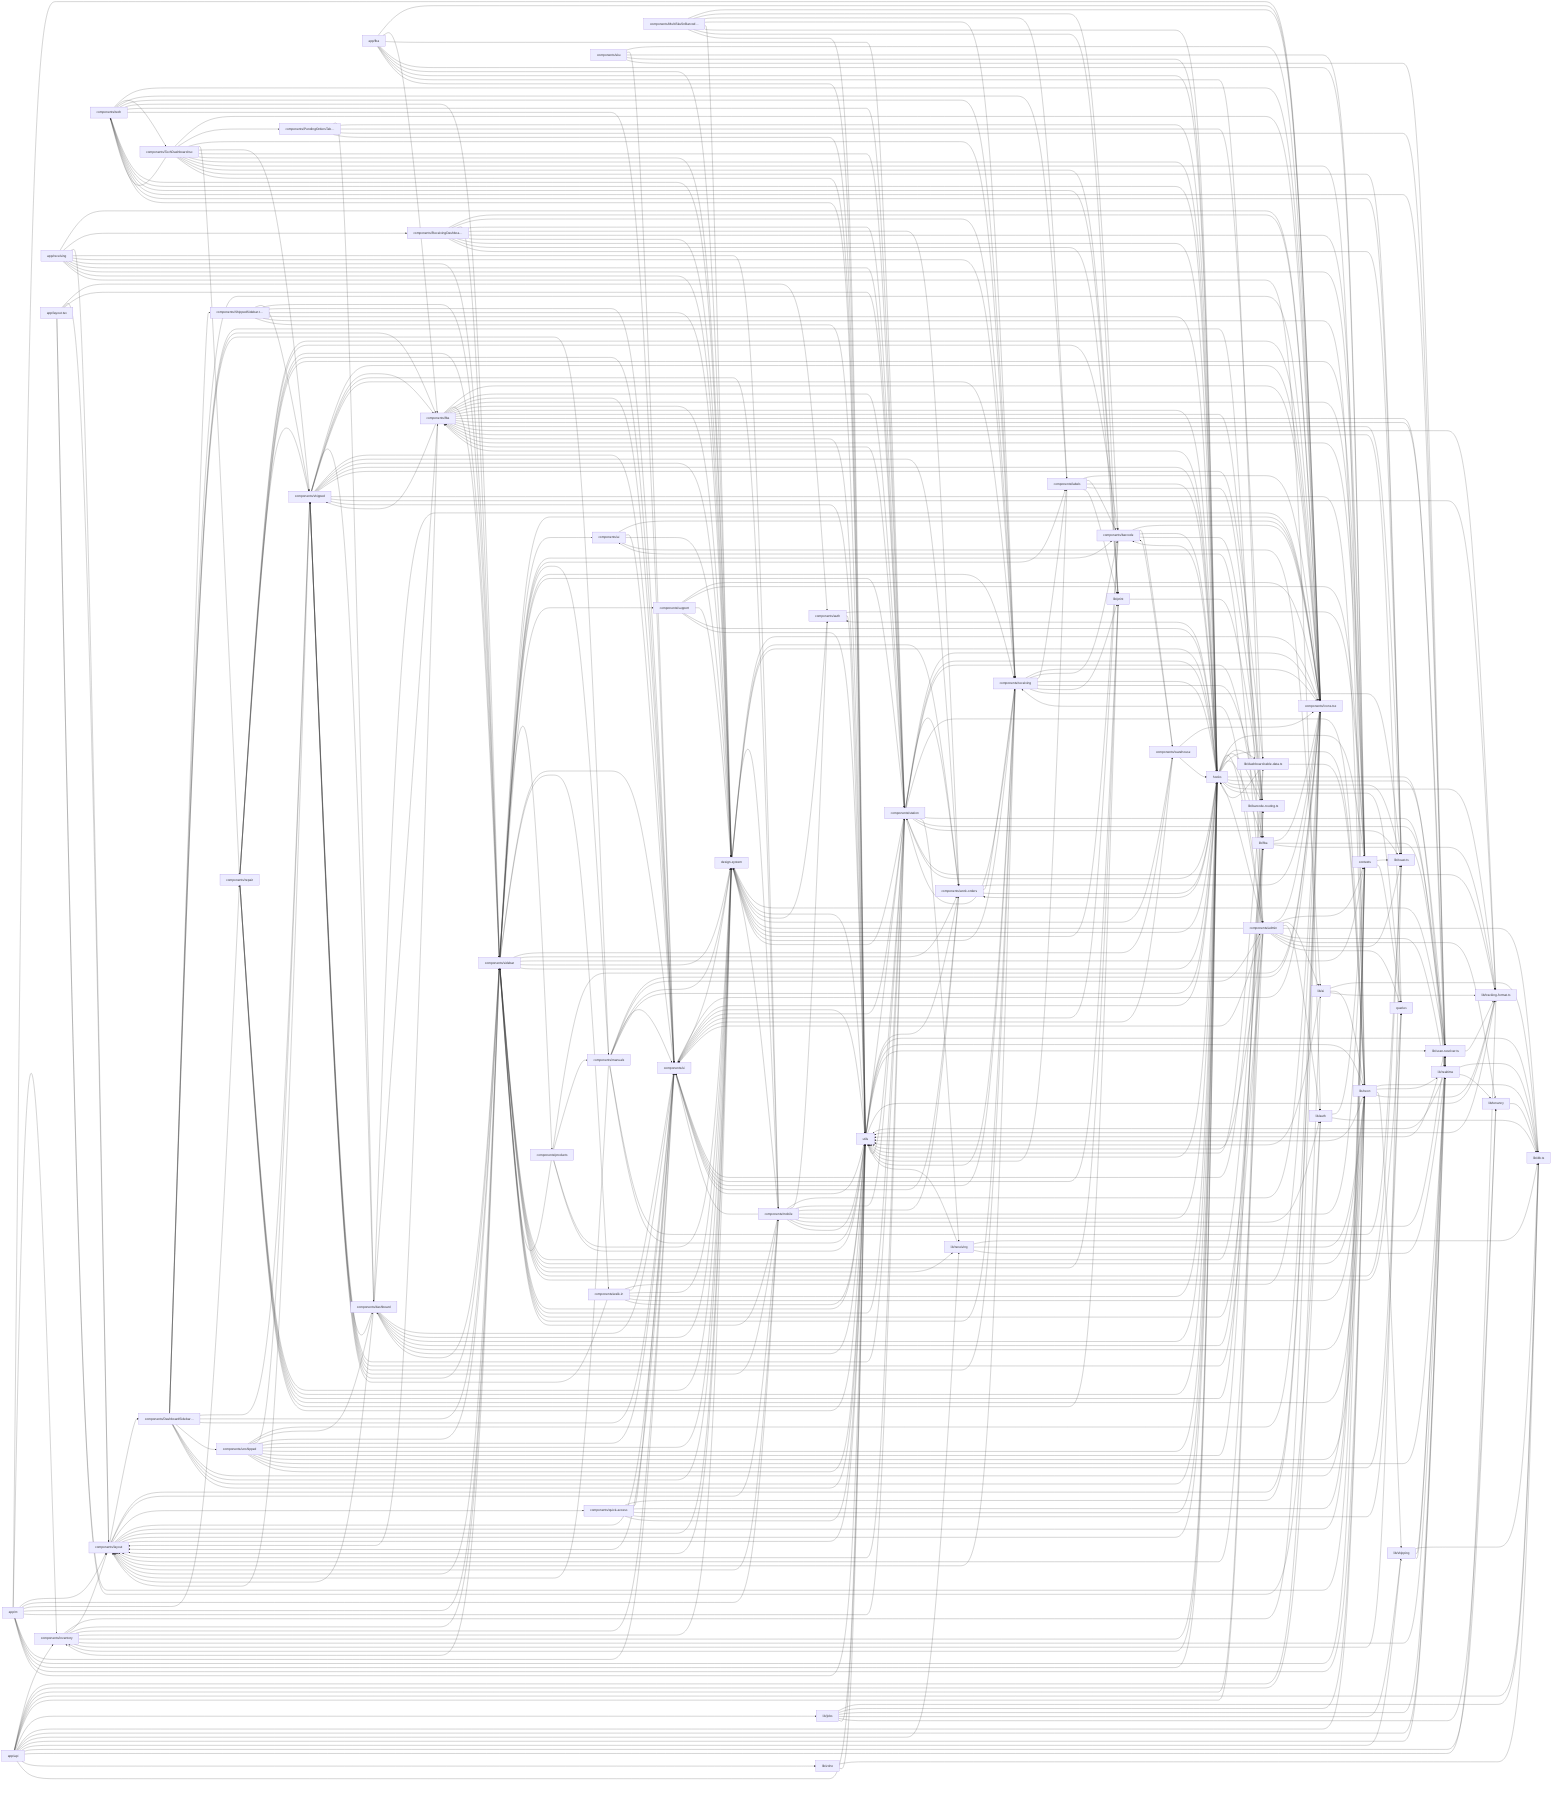
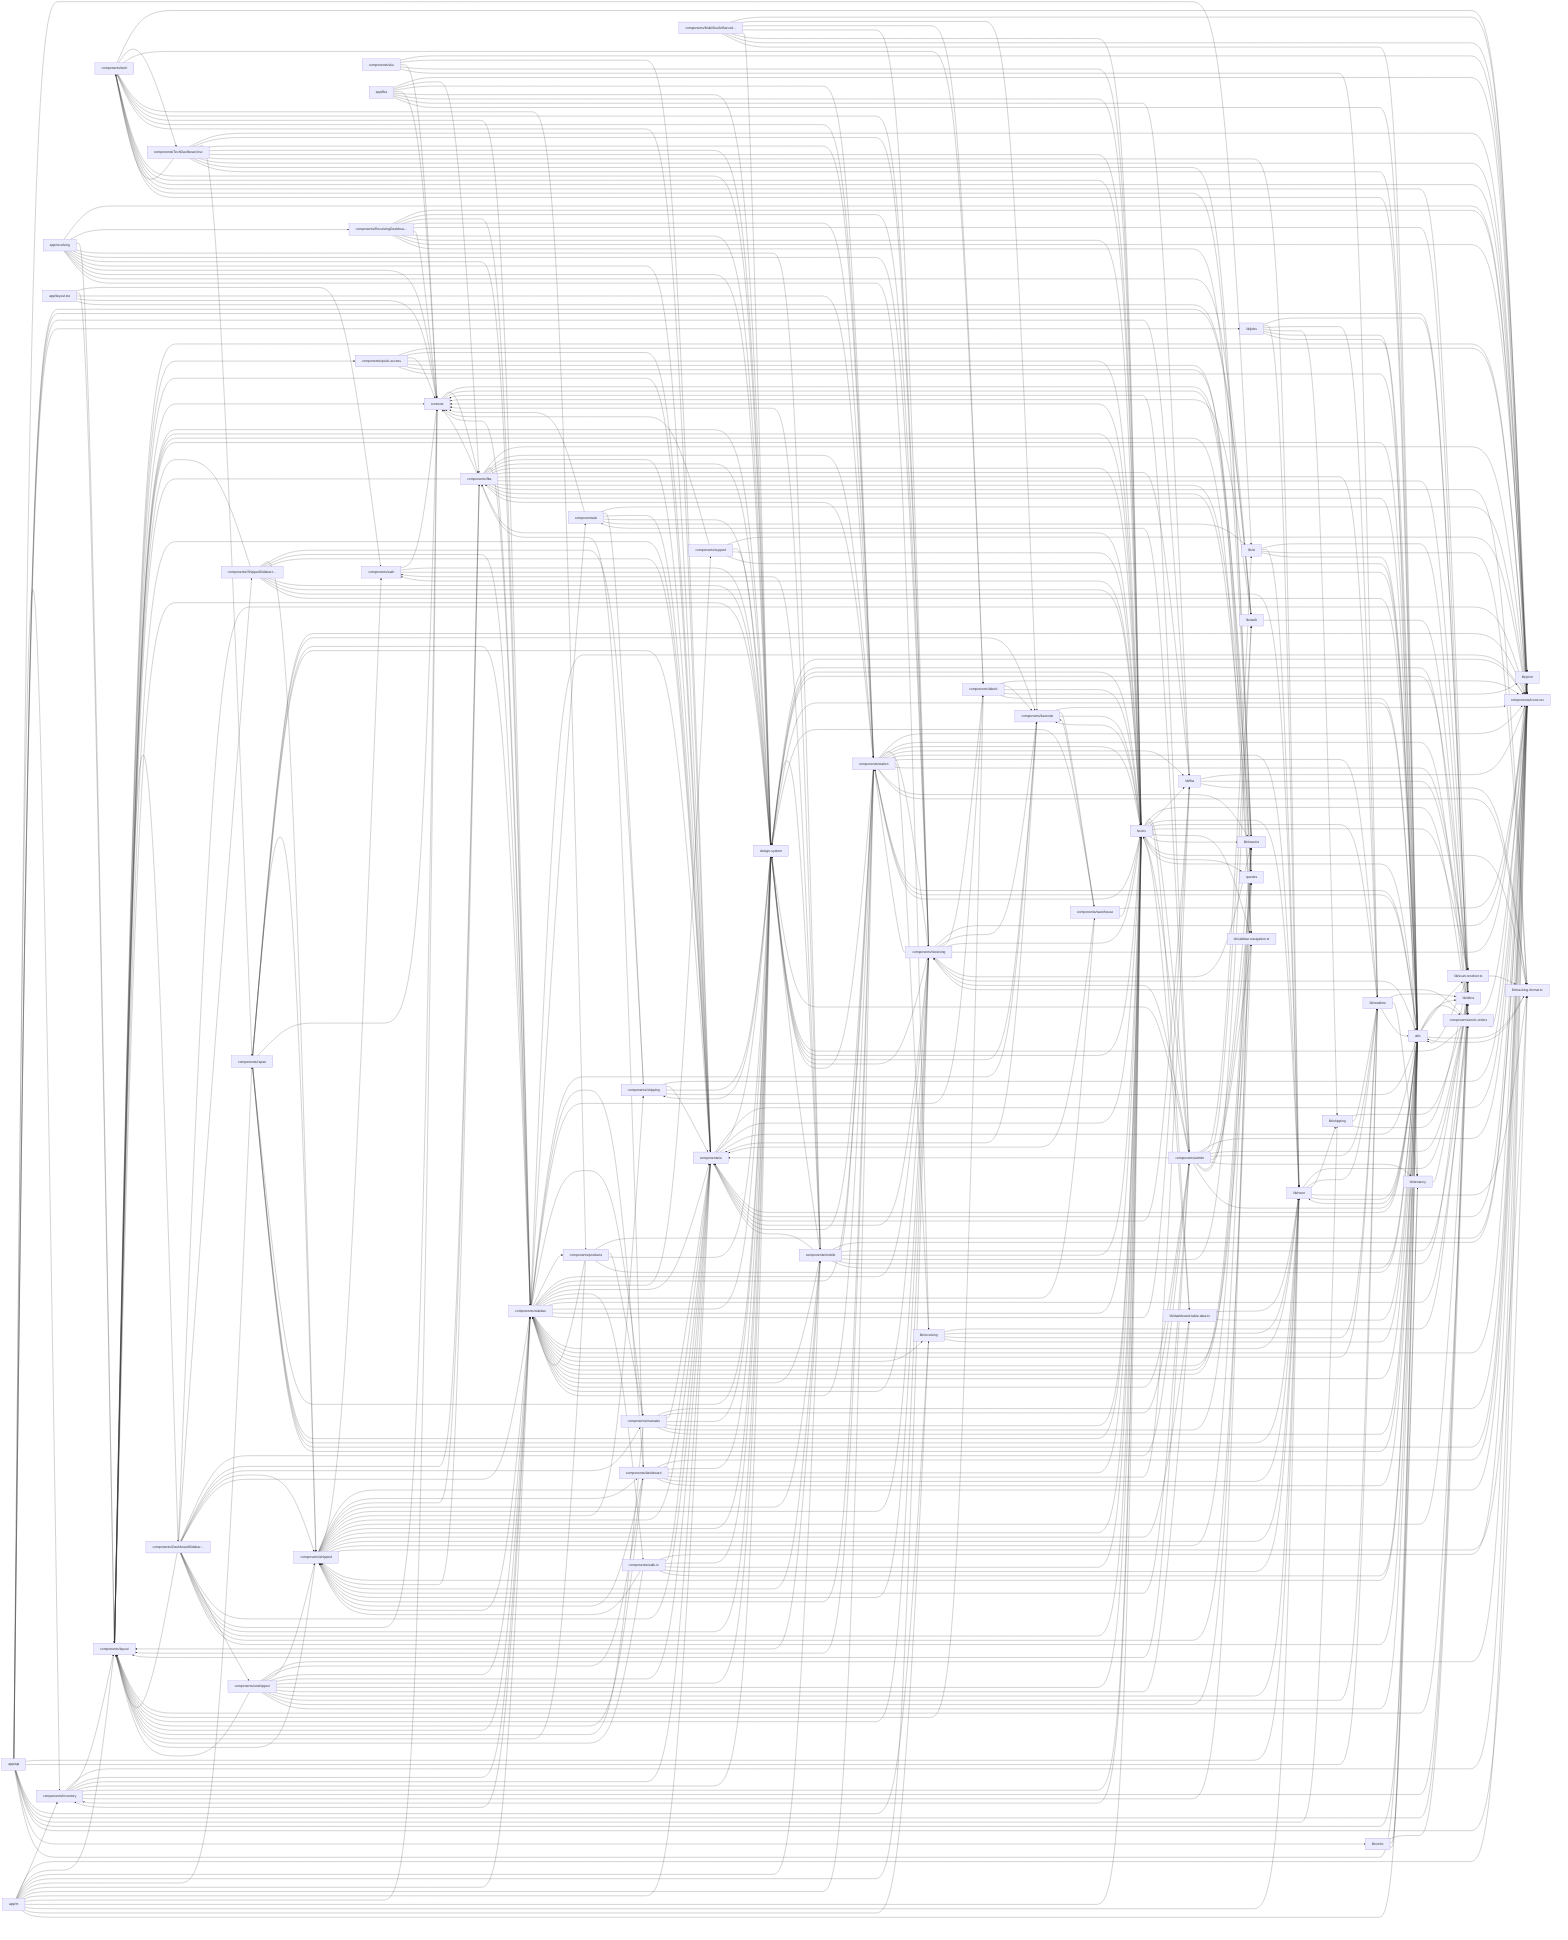
flowchart LR
  app_api["app/api"]
  click app_api "src/app/api/scan-tracking/route.ts" "Open src/app/api/scan-tracking/route.ts"
  hooks["hooks"]
  click hooks "src/hooks/_lifecycle.ts" "Open src/hooks/_lifecycle.ts"
  utils["utils"]
  click utils "src/utils/upnext-shared.ts" "Open src/utils/upnext-shared.ts"
  components_sidebar["components/sidebar"]
  click components_sidebar "src/components/sidebar/AiChatSidebarPanel.tsx" "Open src/components/sidebar/AiChatSidebarPanel.tsx"
+   design_system["design-system"]
+   click design_system "src/design-system/index.ts" "Open src/design-system/index.ts"
  components_Icons_tsx["components/Icons.tsx"]
  click components_Icons_tsx "src/components/Icons.tsx" "Open src/components/Icons.tsx"
-   design_system["design-system"]
-   click design_system "src/design-system/index.ts" "Open src/design-system/index.ts"
  components_ui["components/ui"]
  click components_ui "src/components/ui/DeleteButton.tsx" "Open src/components/ui/DeleteButton.tsx"
  lib_db_ts["lib/db.ts"]
  click lib_db_ts "src/lib/db.ts" "Open src/lib/db.ts"
+   components_layout["components/layout"]
+   click components_layout "src/components/layout/SidebarSection.tsx" "Open src/components/layout/SidebarSection.tsx"
  components_station["components/station"]
  click components_station "src/components/station/BarcodeScanner.tsx" "Open src/components/station/BarcodeScanner.tsx"
  components_shipped["components/shipped"]
-   click components_shipped "src/components/shipped/DateGroupHeader.tsx" "Open src/components/shipped/DateGroupHeader.tsx"
-   components_layout["components/layout"]
-   click components_layout "src/components/layout/GlobalHeader.tsx" "Open src/components/layout/GlobalHeader.tsx"
+   click components_shipped "src/components/shipped/PickupReportButton.tsx" "Open src/components/shipped/PickupReportButton.tsx"
  lib_neon["lib/neon"]
  click lib_neon "src/lib/neon/serial-units-queries.ts" "Open src/lib/neon/serial-units-queries.ts"
  contexts["contexts"]
  click contexts "src/contexts/HeaderContext.tsx" "Open src/contexts/HeaderContext.tsx"
  components_receiving["components/receiving"]
  click components_receiving "src/components/receiving/Mode2Unboxing.tsx" "Open src/components/receiving/Mode2Unboxing.tsx"
  components_admin["components/admin"]
  click components_admin "src/components/admin/SkuCatalogManagementTab.tsx" "Open src/components/admin/SkuCatalogManagementTab.tsx"
  components_mobile["components/mobile"]
  click components_mobile "src/components/mobile/ScanSurface.tsx" "Open src/components/mobile/ScanSurface.tsx"
  components_fba["components/fba"]
  click components_fba "src/components/fba/FbaShippedTable.tsx" "Open src/components/fba/FbaShippedTable.tsx"
  lib_realtime["lib/realtime"]
  click lib_realtime "src/lib/realtime/db-events.ts" "Open src/lib/realtime/db-events.ts"
  components_tech["components/tech"]
  click components_tech "src/components/tech/UpNextActionDock.tsx" "Open src/components/tech/UpNextActionDock.tsx"
  components_repair["components/repair"]
  click components_repair "src/components/repair/SignaturePad.tsx" "Open src/components/repair/SignaturePad.tsx"
+   components_DashboardSidebar_tsx["components/DashboardSidebar…"]
+   click components_DashboardSidebar_tsx "src/components/DashboardSidebar.tsx" "Open src/components/DashboardSidebar.tsx"
  lib_auth["lib/auth"]
  click lib_auth "src/lib/auth/permission-registry.ts" "Open src/lib/auth/permission-registry.ts"
-   components_TechDashboard_tsx["components/TechDashboard.tsx"]
-   click components_TechDashboard_tsx "src/components/TechDashboard.tsx" "Open src/components/TechDashboard.tsx"
+   components_work_orders["components/work-orders"]
+   click components_work_orders "src/components/work-orders/localPickupStore.ts" "Open src/components/work-orders/localPickupStore.ts"
  components_inventory["components/inventory"]
  click components_inventory "src/components/inventory/InventoryShell.tsx" "Open src/components/inventory/InventoryShell.tsx"
  lib_scan_resolver_ts["lib/scan-resolver.ts"]
  click lib_scan_resolver_ts "src/lib/scan-resolver.ts" "Open src/lib/scan-resolver.ts"
  lib_tracking_format_ts["lib/tracking-format.ts"]
  click lib_tracking_format_ts "src/lib/tracking-format.ts" "Open src/lib/tracking-format.ts"
-   components_DashboardSidebar_tsx["components/DashboardSidebar…"]
-   click components_DashboardSidebar_tsx "src/components/DashboardSidebar.tsx" "Open src/components/DashboardSidebar.tsx"
+   app_m["app/m"]
+   click app_m "src/app/m/layout.tsx" "Open src/app/m/layout.tsx"
+   components_unshipped["components/unshipped"]
+   click components_unshipped "src/components/unshipped/UnshippedTable.tsx" "Open src/components/unshipped/UnshippedTable.tsx"
  components_dashboard["components/dashboard"]
-   click components_dashboard "src/components/dashboard/StockZohoOrdersTable.tsx" "Open src/components/dashboard/StockZohoOrdersTable.tsx"
+   click components_dashboard "src/components/dashboard/DashboardShippedSearchHandoffCard.tsx" "Open src/components/dashboard/DashboardShippedSearchHandoffCard.tsx"
  components_barcode["components/barcode"]
  click components_barcode "src/components/barcode/SkuInput.tsx" "Open src/components/barcode/SkuInput.tsx"
-   components_unshipped["components/unshipped"]
-   click components_unshipped "src/components/unshipped/UnshippedTable.tsx" "Open src/components/unshipped/UnshippedTable.tsx"
-   components_work_orders["components/work-orders"]
-   click components_work_orders "src/components/work-orders/WorkOrderInfoStrip.tsx" "Open src/components/work-orders/WorkOrderInfoStrip.tsx"
+   lib_print["lib/print"]
+   click lib_print "src/lib/print/printLabel.ts" "Open src/lib/print/printLabel.ts"
+   components_TechDashboard_tsx["components/TechDashboard.tsx"]
+   click components_TechDashboard_tsx "src/components/TechDashboard.tsx" "Open src/components/TechDashboard.tsx"
+   lib_toast_ts["lib/toast.ts"]
+   click lib_toast_ts "src/lib/toast.ts" "Open src/lib/toast.ts"
  lib_jobs["lib/jobs"]
  click lib_jobs "src/lib/jobs/ebay-sync.ts" "Open src/lib/jobs/ebay-sync.ts"
-   app_m["app/m"]
-   click app_m "src/app/m/layout.tsx" "Open src/app/m/layout.tsx"
  components_manuals["components/manuals"]
  click components_manuals "src/components/manuals/ManualsLibrarySidebar.tsx" "Open src/components/manuals/ManualsLibrarySidebar.tsx"
-   lib_toast_ts["lib/toast.ts"]
-   click lib_toast_ts "src/lib/toast.ts" "Open src/lib/toast.ts"
+   app_receiving["app/receiving"]
+   click app_receiving "src/app/receiving/page.tsx" "Open src/app/receiving/page.tsx"
  components_ReceivingDashboard_tsx["components/ReceivingDashboa…"]
  click components_ReceivingDashboard_tsx "src/components/ReceivingDashboard.tsx" "Open src/components/ReceivingDashboard.tsx"
-   lib_print["lib/print"]
-   click lib_print "src/lib/print/printLabel.ts" "Open src/lib/print/printLabel.ts"
-   lib_fba["lib/fba"]
-   click lib_fba "src/lib/fba/board-item.ts" "Open src/lib/fba/board-item.ts"
-   app_receiving["app/receiving"]
-   click app_receiving "src/app/receiving/page.tsx" "Open src/app/receiving/page.tsx"
  components_labels["components/labels"]
  click components_labels "src/components/labels/ReceivingCartonLabel.tsx" "Open src/components/labels/ReceivingCartonLabel.tsx"
  components_walk_in["components/walk-in"]
-   click components_walk_in "src/components/walk-in/SalesDetailsPanel.tsx" "Open src/components/walk-in/SalesDetailsPanel.tsx"
+   click components_walk_in "src/components/walk-in/SalesEditPanel.tsx" "Open src/components/walk-in/SalesEditPanel.tsx"
  lib_tenancy["lib/tenancy"]
  click lib_tenancy "src/lib/tenancy/db.test.ts" "Open src/lib/tenancy/db.test.ts"
+   lib_fba["lib/fba"]
+   click lib_fba "src/lib/fba/board-item.ts" "Open src/lib/fba/board-item.ts"
+   lib_zoho["lib/zoho"]
+   click lib_zoho "src/lib/zoho/mock.ts" "Open src/lib/zoho/mock.ts"
+   lib_receiving["lib/receiving"]
+   click lib_receiving "src/lib/receiving/serial-attach.test.ts" "Open src/lib/receiving/serial-attach.test.ts"
+   components_ShippedSidebar_tsx["components/ShippedSidebar.t…"]
+   click components_ShippedSidebar_tsx "src/components/ShippedSidebar.tsx" "Open src/components/ShippedSidebar.tsx"
+   components_products["components/products"]
+   click components_products "src/components/products/types.ts" "Open src/components/products/types.ts"
+   components_ai["components/ai"]
+   click components_ai "src/components/ai/AiChatConversation.tsx" "Open src/components/ai/AiChatConversation.tsx"
  components_warehouse["components/warehouse"]
  click components_warehouse "src/components/warehouse/roomFinderContext.tsx" "Open src/components/warehouse/roomFinderContext.tsx"
+   lib_sidebar_navigation_ts["lib/sidebar-navigation.ts"]
+   click lib_sidebar_navigation_ts "src/lib/sidebar-navigation.ts" "Open src/lib/sidebar-navigation.ts"
  app_layout_tsx["app/layout.tsx"]
  click app_layout_tsx "src/app/layout.tsx" "Open src/app/layout.tsx"
-   components_ShippedSidebar_tsx["components/ShippedSidebar.t…"]
-   click components_ShippedSidebar_tsx "src/components/ShippedSidebar.tsx" "Open src/components/ShippedSidebar.tsx"
+   components_auth["components/auth"]
+   click components_auth "src/components/auth/StepUpModal.tsx" "Open src/components/auth/StepUpModal.tsx"
  components_quick_access["components/quick-access"]
  click components_quick_access "src/components/quick-access/RecentSection.tsx" "Open src/components/quick-access/RecentSection.tsx"
  components_support["components/support"]
  click components_support "src/components/support/zendesk/badges.ts" "Open src/components/support/zendesk/badges.ts"
  components_sku["components/sku"]
  click components_sku "src/components/sku/BinRowDetailsSheet.tsx" "Open src/components/sku/BinRowDetailsSheet.tsx"
+   lib_dashboard_table_data_ts["lib/dashboard-table-data.ts"]
+   click lib_dashboard_table_data_ts "src/lib/dashboard-table-data.ts" "Open src/lib/dashboard-table-data.ts"
  lib_shipping["lib/shipping"]
  click lib_shipping "src/lib/shipping/repository.ts" "Open src/lib/shipping/repository.ts"
  lib_ai["lib/ai"]
  click lib_ai "src/lib/ai/date-range.test.ts" "Open src/lib/ai/date-range.test.ts"
-   lib_receiving["lib/receiving"]
-   click lib_receiving "src/lib/receiving/serial-attach.test.ts" "Open src/lib/receiving/serial-attach.test.ts"
  app_fba["app/fba"]
  click app_fba "src/app/fba/page.tsx" "Open src/app/fba/page.tsx"
  queries["queries"]
  click queries "src/queries/keys.ts" "Open src/queries/keys.ts"
  components_MultiSkuSnBarcode_tsx["components/MultiSkuSnBarcod…"]
  click components_MultiSkuSnBarcode_tsx "src/components/MultiSkuSnBarcode.tsx" "Open src/components/MultiSkuSnBarcode.tsx"
-   components_PendingOrdersTable_tsx["components/PendingOrdersTab…"]
-   click components_PendingOrdersTable_tsx "src/components/PendingOrdersTable.tsx" "Open src/components/PendingOrdersTable.tsx"
-   components_products["components/products"]
-   click components_products "src/components/products/types.ts" "Open src/components/products/types.ts"
-   components_auth["components/auth"]
-   click components_auth "src/components/auth/StepUpModal.tsx" "Open src/components/auth/StepUpModal.tsx"
-   components_ai["components/ai"]
-   click components_ai "src/components/ai/AiChatConversation.tsx" "Open src/components/ai/AiChatConversation.tsx"
-   lib_dashboard_table_data_ts["lib/dashboard-table-data.ts"]
-   click lib_dashboard_table_data_ts "src/lib/dashboard-table-data.ts" "Open src/lib/dashboard-table-data.ts"
-   lib_barcode_routing_ts["lib/barcode-routing.ts"]
-   click lib_barcode_routing_ts "src/lib/barcode-routing.ts" "Open src/lib/barcode-routing.ts"
-   lib_zoho["lib/zoho"]
-   click lib_zoho "src/lib/zoho/mock.ts" "Open src/lib/zoho/mock.ts"
+   components_shipping["components/shipping"]
+   click components_shipping "src/components/shipping/ShippedFilterToolbar.tsx" "Open src/components/shipping/ShippedFilterToolbar.tsx"
  app_api --> components_inventory
  app_api --> lib_ai
  app_api --> lib_auth
-   app_api --> lib_barcode_routing_ts
  app_api --> lib_db_ts
  app_api --> lib_fba
  app_api --> lib_jobs
  app_api --> lib_neon
  app_api --> lib_realtime
  app_api --> lib_receiving
  app_api --> lib_scan_resolver_ts
  app_api --> lib_shipping
  app_api --> lib_tenancy
  app_api --> lib_tracking_format_ts
  app_api --> lib_zoho
  app_api --> utils
  app_fba --> components_Icons_tsx
  app_fba --> components_fba
  app_fba --> components_station
  app_fba --> contexts
  app_fba --> design_system
  app_fba --> hooks
  app_fba --> lib_fba
  app_fba --> utils
  app_layout_tsx --> components_auth
  app_layout_tsx --> components_layout
  app_layout_tsx --> components_station
  app_layout_tsx --> contexts
  app_layout_tsx --> lib_auth
  app_m --> components_Icons_tsx
  app_m --> components_inventory
  app_m --> components_layout
  app_m --> components_mobile
+   app_m --> components_receiving
  app_m --> components_repair
  app_m --> components_sidebar
  app_m --> components_station
  app_m --> components_ui
  app_m --> contexts
  app_m --> hooks
  app_m --> lib_neon
+   app_m --> lib_receiving
  app_m --> utils
  app_receiving --> components_Icons_tsx
  app_receiving --> components_ReceivingDashboard_tsx
  app_receiving --> components_layout
  app_receiving --> components_mobile
  app_receiving --> components_receiving
  app_receiving --> components_sidebar
-   app_receiving --> components_station
+   app_receiving --> components_ui
  app_receiving --> contexts
  app_receiving --> design_system
  app_receiving --> lib_auth
+   app_receiving --> lib_receiving
  components_DashboardSidebar_tsx --> components_Icons_tsx
  components_DashboardSidebar_tsx --> components_ShippedSidebar_tsx
  components_DashboardSidebar_tsx --> components_admin
  components_DashboardSidebar_tsx --> components_fba
+   components_DashboardSidebar_tsx --> components_layout
  components_DashboardSidebar_tsx --> components_manuals
  components_DashboardSidebar_tsx --> components_shipped
  components_DashboardSidebar_tsx --> components_sidebar
  components_DashboardSidebar_tsx --> components_ui
  components_DashboardSidebar_tsx --> components_unshipped
  components_DashboardSidebar_tsx --> contexts
  components_DashboardSidebar_tsx --> design_system
  components_DashboardSidebar_tsx --> hooks
+   components_DashboardSidebar_tsx --> lib_sidebar_navigation_ts
  components_DashboardSidebar_tsx --> utils
  components_MultiSkuSnBarcode_tsx --> components_Icons_tsx
  components_MultiSkuSnBarcode_tsx --> components_barcode
  components_MultiSkuSnBarcode_tsx --> components_labels
  components_MultiSkuSnBarcode_tsx --> components_receiving
  components_MultiSkuSnBarcode_tsx --> design_system
  components_MultiSkuSnBarcode_tsx --> hooks
  components_MultiSkuSnBarcode_tsx --> lib_print
  components_MultiSkuSnBarcode_tsx --> utils
-   components_PendingOrdersTable_tsx --> components_dashboard
-   components_PendingOrdersTable_tsx --> hooks
-   components_PendingOrdersTable_tsx --> lib_dashboard_table_data_ts
-   components_PendingOrdersTable_tsx --> lib_realtime
-   components_PendingOrdersTable_tsx --> utils
  components_ReceivingDashboard_tsx --> components_Icons_tsx
  components_ReceivingDashboard_tsx --> components_receiving
  components_ReceivingDashboard_tsx --> components_sidebar
  components_ReceivingDashboard_tsx --> components_station
  components_ReceivingDashboard_tsx --> components_work_orders
  components_ReceivingDashboard_tsx --> contexts
  components_ReceivingDashboard_tsx --> design_system
  components_ReceivingDashboard_tsx --> hooks
  components_ReceivingDashboard_tsx --> lib_print
  components_ReceivingDashboard_tsx --> lib_toast_ts
+   components_ShippedSidebar_tsx --> components_layout
  components_ShippedSidebar_tsx --> components_shipped
+   components_ShippedSidebar_tsx --> components_shipping
  components_ShippedSidebar_tsx --> components_sidebar
  components_ShippedSidebar_tsx --> components_ui
  components_ShippedSidebar_tsx --> design_system
  components_ShippedSidebar_tsx --> hooks
  components_ShippedSidebar_tsx --> lib_neon
  components_ShippedSidebar_tsx --> utils
  components_TechDashboard_tsx --> components_Icons_tsx
-   components_TechDashboard_tsx --> components_PendingOrdersTable_tsx
  components_TechDashboard_tsx --> components_receiving
  components_TechDashboard_tsx --> components_repair
-   components_TechDashboard_tsx --> components_shipped
  components_TechDashboard_tsx --> components_station
  components_TechDashboard_tsx --> components_tech
  components_TechDashboard_tsx --> design_system
  components_TechDashboard_tsx --> hooks
  components_TechDashboard_tsx --> lib_neon
  components_TechDashboard_tsx --> lib_print
  components_TechDashboard_tsx --> lib_toast_ts
  components_TechDashboard_tsx --> utils
  components_admin --> components_Icons_tsx
  components_admin --> components_ai
  components_admin --> components_layout
  components_admin --> components_receiving
  components_admin --> components_shipped
  components_admin --> components_sidebar
  components_admin --> components_ui
  components_admin --> contexts
  components_admin --> design_system
  components_admin --> hooks
  components_admin --> lib_ai
  components_admin --> lib_auth
  components_admin --> lib_db_ts
  components_admin --> lib_realtime
+   components_admin --> lib_sidebar_navigation_ts
  components_admin --> lib_tenancy
  components_admin --> lib_toast_ts
  components_admin --> queries
  components_admin --> utils
  components_ai --> components_Icons_tsx
+   components_ai --> components_shipping
  components_ai --> components_ui
+   components_ai --> contexts
  components_ai --> design_system
  components_ai --> lib_ai
  components_auth --> contexts
  components_auth --> design_system
  components_auth --> utils
  components_barcode --> components_Icons_tsx
  components_barcode --> components_ui
  components_barcode --> components_warehouse
  components_barcode --> design_system
  components_barcode --> hooks
-   components_barcode --> lib_barcode_routing_ts
  components_dashboard --> components_Icons_tsx
  components_dashboard --> components_fba
  components_dashboard --> components_layout
  components_dashboard --> components_shipped
  components_dashboard --> components_ui
  components_dashboard --> design_system
  components_dashboard --> hooks
  components_dashboard --> lib_fba
  components_dashboard --> lib_neon
  components_dashboard --> utils
  components_fba --> components_Icons_tsx
  components_fba --> components_layout
  components_fba --> components_shipped
  components_fba --> components_sidebar
  components_fba --> components_station
  components_fba --> components_ui
  components_fba --> contexts
  components_fba --> design_system
  components_fba --> hooks
  components_fba --> lib_fba
  components_fba --> lib_realtime
  components_fba --> lib_scan_resolver_ts
  components_fba --> lib_toast_ts
  components_fba --> lib_tracking_format_ts
  components_fba --> queries
  components_fba --> utils
  components_inventory --> components_Icons_tsx
  components_inventory --> components_layout
  components_inventory --> components_sidebar
  components_inventory --> components_ui
  components_inventory --> design_system
  components_inventory --> hooks
  components_inventory --> lib_scan_resolver_ts
  components_inventory --> lib_toast_ts
  components_labels --> components_Icons_tsx
  components_labels --> components_barcode
+   components_labels --> components_layout
  components_labels --> hooks
-   components_labels --> lib_barcode_routing_ts
  components_labels --> lib_print
  components_labels --> utils
  components_layout --> components_DashboardSidebar_tsx
  components_layout --> components_Icons_tsx
-   components_layout --> components_mobile
  components_layout --> components_quick_access
  components_layout --> components_ui
  components_layout --> contexts
  components_layout --> design_system
  components_layout --> hooks
+   components_layout --> lib_sidebar_navigation_ts
  components_layout --> utils
  components_manuals --> components_Icons_tsx
  components_manuals --> components_admin
  components_manuals --> components_layout
  components_manuals --> components_ui
  components_manuals --> design_system
  components_manuals --> hooks
  components_manuals --> lib_toast_ts
  components_manuals --> utils
  components_mobile --> components_Icons_tsx
  components_mobile --> components_auth
  components_mobile --> components_layout
  components_mobile --> components_shipped
  components_mobile --> components_sidebar
  components_mobile --> components_station
  components_mobile --> components_ui
  components_mobile --> components_work_orders
  components_mobile --> contexts
  components_mobile --> design_system
  components_mobile --> hooks
  components_mobile --> lib_auth
  components_mobile --> lib_scan_resolver_ts
  components_mobile --> utils
  components_products --> components_Icons_tsx
+   components_products --> components_layout
  components_products --> components_manuals
  components_products --> components_sidebar
  components_products --> design_system
  components_products --> utils
  components_quick_access --> components_Icons_tsx
  components_quick_access --> components_ui
  components_quick_access --> contexts
  components_quick_access --> hooks
+   components_quick_access --> lib_sidebar_navigation_ts
  components_quick_access --> queries
  components_quick_access --> utils
  components_receiving --> components_Icons_tsx
  components_receiving --> components_barcode
  components_receiving --> components_labels
  components_receiving --> components_layout
  components_receiving --> components_shipped
  components_receiving --> components_sidebar
  components_receiving --> components_station
  components_receiving --> components_ui
  components_receiving --> design_system
  components_receiving --> hooks
-   components_receiving --> lib_barcode_routing_ts
  components_receiving --> lib_print
  components_receiving --> lib_toast_ts
  components_receiving --> utils
  components_repair --> components_Icons_tsx
  components_repair --> components_barcode
  components_repair --> components_shipped
  components_repair --> components_sidebar
  components_repair --> components_ui
  components_repair --> contexts
  components_repair --> design_system
  components_repair --> hooks
-   components_repair --> lib_barcode_routing_ts
  components_repair --> lib_neon
  components_repair --> lib_print
  components_repair --> utils
  components_shipped --> components_Icons_tsx
+   components_shipped --> components_auth
  components_shipped --> components_dashboard
  components_shipped --> components_fba
  components_shipped --> components_layout
  components_shipped --> components_mobile
  components_shipped --> components_receiving
+   components_shipped --> components_shipping
  components_shipped --> components_ui
  components_shipped --> components_work_orders
  components_shipped --> design_system
  components_shipped --> hooks
  components_shipped --> lib_dashboard_table_data_ts
  components_shipped --> lib_neon
+   components_shipped --> lib_toast_ts
  components_shipped --> lib_tracking_format_ts
  components_shipped --> utils
+   components_shipping --> components_Icons_tsx
+   components_shipping --> components_ui
+   components_shipping --> design_system
+   components_shipping --> utils
  components_sidebar --> components_Icons_tsx
  components_sidebar --> components_ai
  components_sidebar --> components_barcode
  components_sidebar --> components_dashboard
  components_sidebar --> components_inventory
  components_sidebar --> components_labels
  components_sidebar --> components_layout
  components_sidebar --> components_manuals
  components_sidebar --> components_products
  components_sidebar --> components_receiving
  components_sidebar --> components_shipped
  components_sidebar --> components_station
  components_sidebar --> components_support
  components_sidebar --> components_ui
  components_sidebar --> components_walk_in
  components_sidebar --> components_warehouse
  components_sidebar --> components_work_orders
  components_sidebar --> contexts
  components_sidebar --> design_system
  components_sidebar --> hooks
  components_sidebar --> lib_fba
  components_sidebar --> lib_neon
  components_sidebar --> lib_print
+   components_sidebar --> lib_realtime
  components_sidebar --> lib_receiving
+   components_sidebar --> lib_sidebar_navigation_ts
  components_sidebar --> lib_toast_ts
  components_sidebar --> queries
  components_sidebar --> utils
  components_sku --> components_Icons_tsx
  components_sku --> components_ui
  components_sku --> contexts
  components_sku --> hooks
  components_sku --> lib_realtime
  components_station --> components_Icons_tsx
  components_station --> components_fba
  components_station --> components_layout
+   components_station --> components_receiving
  components_station --> components_shipped
  components_station --> components_sidebar
  components_station --> components_ui
  components_station --> components_work_orders
  components_station --> design_system
  components_station --> hooks
  components_station --> lib_fba
  components_station --> lib_neon
  components_station --> lib_realtime
  components_station --> lib_receiving
  components_station --> lib_scan_resolver_ts
  components_station --> lib_toast_ts
  components_station --> lib_tracking_format_ts
  components_station --> utils
  components_support --> components_Icons_tsx
  components_support --> contexts
  components_support --> design_system
  components_support --> hooks
  components_support --> utils
  components_tech --> components_Icons_tsx
  components_tech --> components_TechDashboard_tsx
  components_tech --> components_labels
+   components_tech --> components_products
  components_tech --> components_receiving
  components_tech --> components_sidebar
  components_tech --> components_station
  components_tech --> components_ui
  components_tech --> design_system
  components_tech --> hooks
  components_tech --> lib_print
  components_tech --> lib_scan_resolver_ts
  components_tech --> lib_toast_ts
  components_tech --> utils
  components_ui --> components_Icons_tsx
  components_ui --> components_layout
  components_ui --> design_system
  components_ui --> hooks
  components_ui --> utils
  components_unshipped --> components_Icons_tsx
  components_unshipped --> components_dashboard
+   components_unshipped --> components_layout
  components_unshipped --> components_shipped
  components_unshipped --> components_sidebar
  components_unshipped --> components_ui
  components_unshipped --> design_system
  components_unshipped --> hooks
  components_unshipped --> lib_dashboard_table_data_ts
  components_unshipped --> lib_neon
  components_unshipped --> lib_realtime
  components_unshipped --> queries
  components_unshipped --> utils
  components_walk_in --> components_Icons_tsx
+   components_walk_in --> components_layout
  components_walk_in --> components_shipped
  components_walk_in --> components_ui
  components_walk_in --> design_system
  components_walk_in --> hooks
  components_walk_in --> lib_neon
  components_walk_in --> utils
  components_warehouse --> components_Icons_tsx
  components_warehouse --> components_barcode
  components_warehouse --> components_ui
  components_warehouse --> design_system
  components_warehouse --> hooks
  components_work_orders --> components_Icons_tsx
+   components_work_orders --> components_layout
  components_work_orders --> components_receiving
-   components_work_orders --> components_ui
-   components_work_orders --> hooks
+   components_work_orders --> design_system
+   components_work_orders --> lib_print
  contexts --> components_fba
  contexts --> lib_toast_ts
  contexts --> queries
  design_system --> components_Icons_tsx
  design_system --> components_layout
  design_system --> components_mobile
+   design_system --> components_shipping
  design_system --> components_work_orders
  design_system --> hooks
  design_system --> lib_scan_resolver_ts
  design_system --> utils
  hooks --> components_admin
  hooks --> components_auth
  hooks --> components_barcode
  hooks --> components_fba
  hooks --> components_inventory
  hooks --> components_station
  hooks --> components_work_orders
  hooks --> contexts
  hooks --> design_system
-   hooks --> lib_barcode_routing_ts
  hooks --> lib_dashboard_table_data_ts
  hooks --> lib_fba
  hooks --> lib_neon
  hooks --> lib_realtime
  hooks --> lib_scan_resolver_ts
+   hooks --> lib_sidebar_navigation_ts
  hooks --> lib_toast_ts
  hooks --> lib_tracking_format_ts
  hooks --> queries
  hooks --> utils
  lib_ai --> lib_db_ts
  lib_ai --> lib_neon
  lib_ai --> lib_tracking_format_ts
  lib_ai --> utils
  lib_auth --> contexts
  lib_auth --> lib_db_ts
  lib_dashboard_table_data_ts --> hooks
  lib_dashboard_table_data_ts --> lib_neon
  lib_dashboard_table_data_ts --> utils
  lib_fba --> components_Icons_tsx
  lib_fba --> components_ui
  lib_fba --> lib_scan_resolver_ts
  lib_fba --> lib_tracking_format_ts
  lib_jobs --> lib_db_ts
  lib_jobs --> lib_neon
  lib_jobs --> lib_realtime
  lib_jobs --> lib_shipping
  lib_jobs --> lib_tenancy
  lib_jobs --> utils
  lib_neon --> lib_db_ts
  lib_neon --> lib_realtime
  lib_neon --> lib_shipping
  lib_neon --> lib_tracking_format_ts
  lib_neon --> utils
  lib_print --> components_ui
-   lib_print --> lib_barcode_routing_ts
  lib_realtime --> lib_db_ts
  lib_realtime --> lib_tenancy
  lib_realtime --> utils
  lib_receiving --> lib_db_ts
  lib_receiving --> lib_neon
  lib_receiving --> lib_realtime
  lib_receiving --> utils
  lib_scan_resolver_ts --> lib_tracking_format_ts
  lib_scan_resolver_ts --> utils
  lib_shipping --> lib_db_ts
  lib_shipping --> lib_realtime
  lib_shipping --> lib_scan_resolver_ts
  lib_tenancy --> lib_db_ts
  lib_tracking_format_ts --> utils
  lib_zoho --> lib_db_ts
+   lib_zoho --> lib_tenancy
  lib_zoho --> utils
  utils --> components_station
  utils --> components_ui
  utils --> components_work_orders
  utils --> lib_db_ts
  utils --> lib_neon
  utils --> lib_scan_resolver_ts
  utils --> lib_tracking_format_ts
-   %% truncated: 178 more groups not shown+   %% truncated: 182 more groups not shown